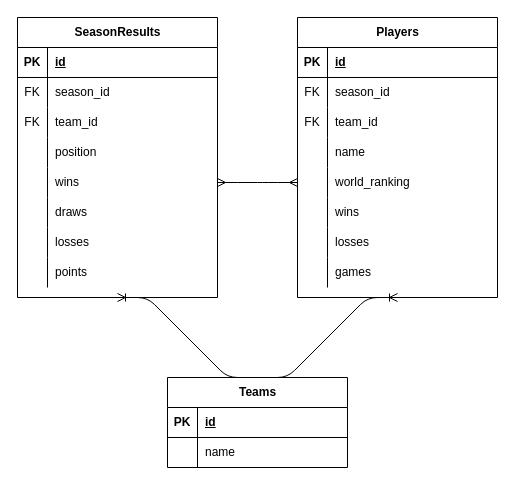
Before: TTBL-ERD.drawio in Richard-2209/TTBL-AI, a draw.io diagram. Source tidied: cells renumbered, new cells numbered last; positions are measured from the earlier drawing's top-left corner, leaving out a move shared by most shapes. Both pictures are drawn from the tidied source at 100%, with x=0, y=0 at pixel (17, 17).
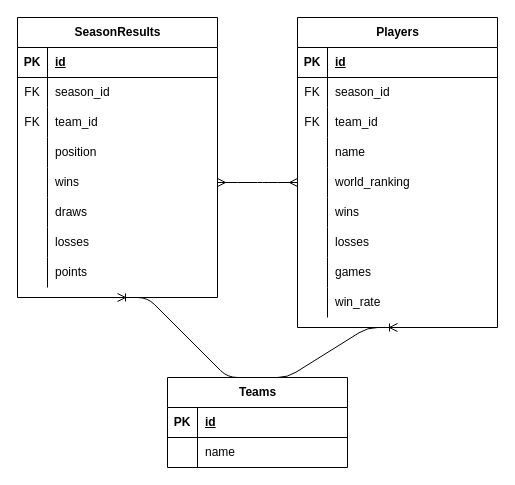
Above is the later version.

Commit message (it also covers changes not shown here):
Add player data import script and update database schema

- Created a new Python script (Spielerdaten.py) to read player data from an Excel file and insert it into the MySQL database, ensuring no duplicates are added.
- Modified the database schema in Table_Tennis.sql to include generated columns for 'games' and 'win_rate' in the Players table.
- Updated the ERD (TTBL-ERD.drawio) to reflect the new 'win_rate' attribute in the Players table.

Diff of the diagram source:
```diff
@@
     <mxCell id="27" value="Players" style="shape=table;startSize=30;childLayout=tableLayout;rowLines=0;fontStyle=1;align=center;html=1;" parent="1" vertex="1">
-      <mxGeometry x="280" width="200" height="280" as="geometry" />
+      <mxGeometry x="280" width="200" height="310" as="geometry" />
     </mxCell>
@@
+    <mxCell id="63" style="shape=tableRow;horizontal=0;startSize=0;swimlaneHead=0;swimlaneBody=0;fillColor=none;top=0;left=0;right=0;bottom=0;" parent="27" vertex="1">
+      <mxGeometry y="270" width="200" height="30" as="geometry" />
+    </mxCell>
+    <mxCell id="64" style="shape=partialRectangle;fillColor=none;top=0;left=0;bottom=0;right=0;overflow=hidden;whiteSpace=wrap;html=1;" parent="63" vertex="1">
+      <mxGeometry width="30" height="30" as="geometry" />
+    </mxCell>
+    <mxCell id="65" value="win_rate" style="shape=partialRectangle;fillColor=none;top=0;left=0;bottom=0;right=0;align=left;spacingLeft=6;overflow=hidden;whiteSpace=wrap;html=1;" parent="63" vertex="1">
+      <mxGeometry x="30" width="170" height="30" as="geometry" />
+    </mxCell>
```
